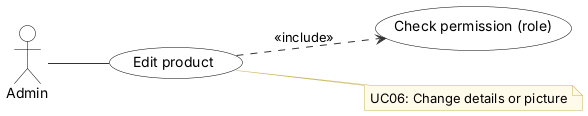
Before: diagrams/uml/14_UC06_edit_product.png, a diagram exported from PlantUML (JmlAsync/inventory-pos-system). Source of this version:
```plantuml
@startuml
skinparam defaultFontName Arial
skinparam shadowing false
skinparam ArrowColor #333333
skinparam rectangle {
  BackgroundColor White
  BorderColor Black
}
skinparam usecase {
  BackgroundColor White
  BorderColor Black
}
skinparam class {
  BackgroundColor White
  BorderColor Black
  HeaderBackgroundColor #E6F1EE
}
skinparam activity {
  BackgroundColor White
  BorderColor Black
}
skinparam state {
  BackgroundColor White
  BorderColor Black
}
skinparam sequence {
  ParticipantBackgroundColor White
  ParticipantBorderColor Black
  LifeLineBorderColor #888888
  ActorBorderColor Black
  ActorBackgroundColor White
}
skinparam note {
  BackgroundColor #FFFBEA
  BorderColor #C9B458
}
skinparam swimlaneWidth same
hide circle

left to right direction
actor "Admin" as Admin
usecase "Edit product" as U
usecase "Check permission (role)" as I0
U ..> I0 : <<include>>
Admin -- U
note right of U
  UC06: Change details or picture
end note
@enduml
```
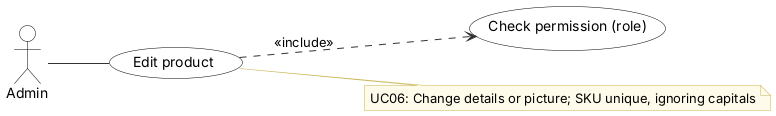
The same file after the commit.

The edit, as a diff of the source:
```diff
@@ -44,6 +44,6 @@
 U ..> I0 : <<include>>
 Admin -- U
 note right of U
-  UC06: Change details or picture
+  UC06: Change details or picture; SKU unique, ignoring capitals
 end note
 @enduml
```
